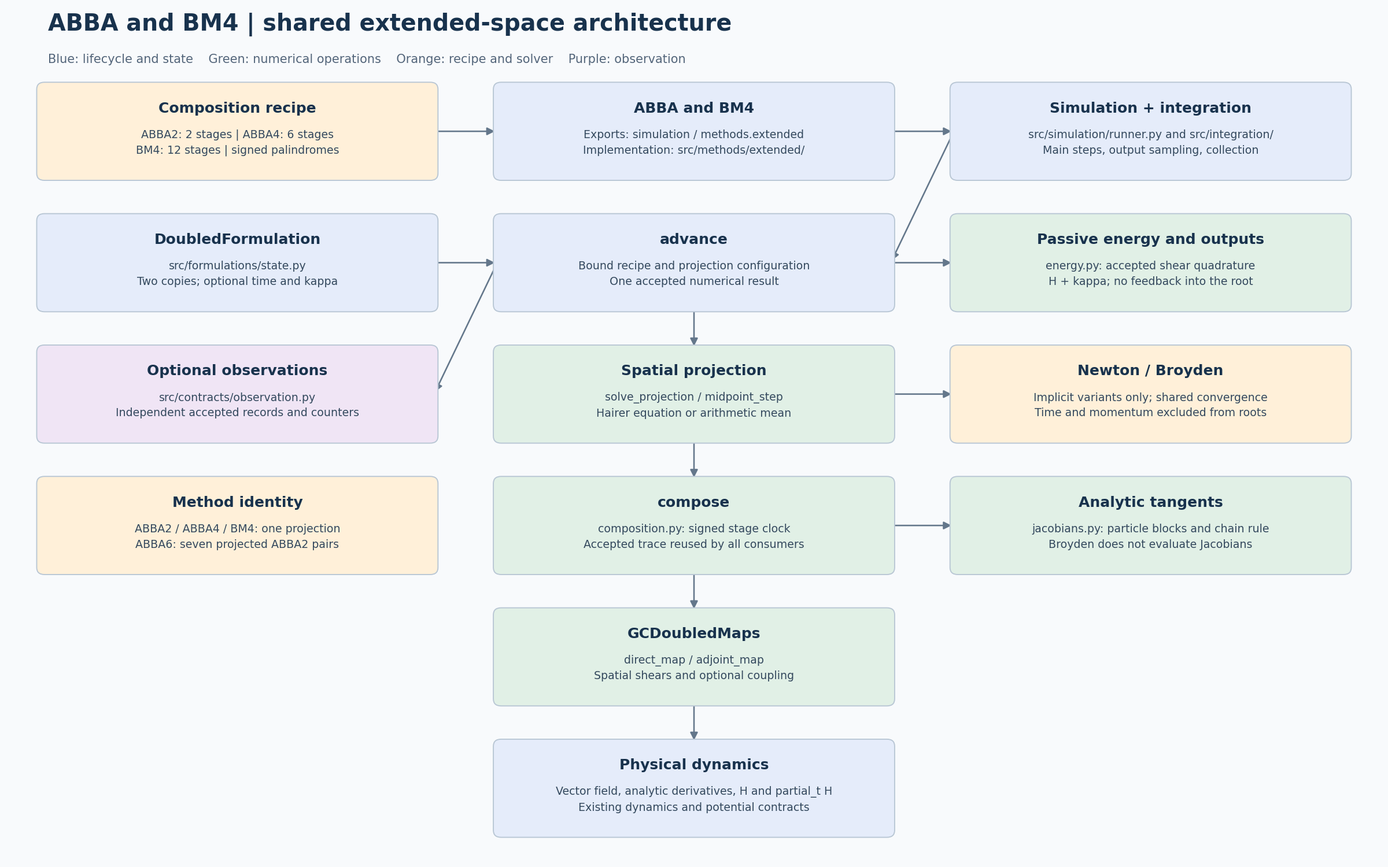
Above: docs/models/extended/simulation/extended-simulation-architecture.png in Jugibe-52/GC2D_intranet (PlantUML), before the change. Its source is kept beside it as docs/models/extended/simulation/extended-simulation-architecture.puml.
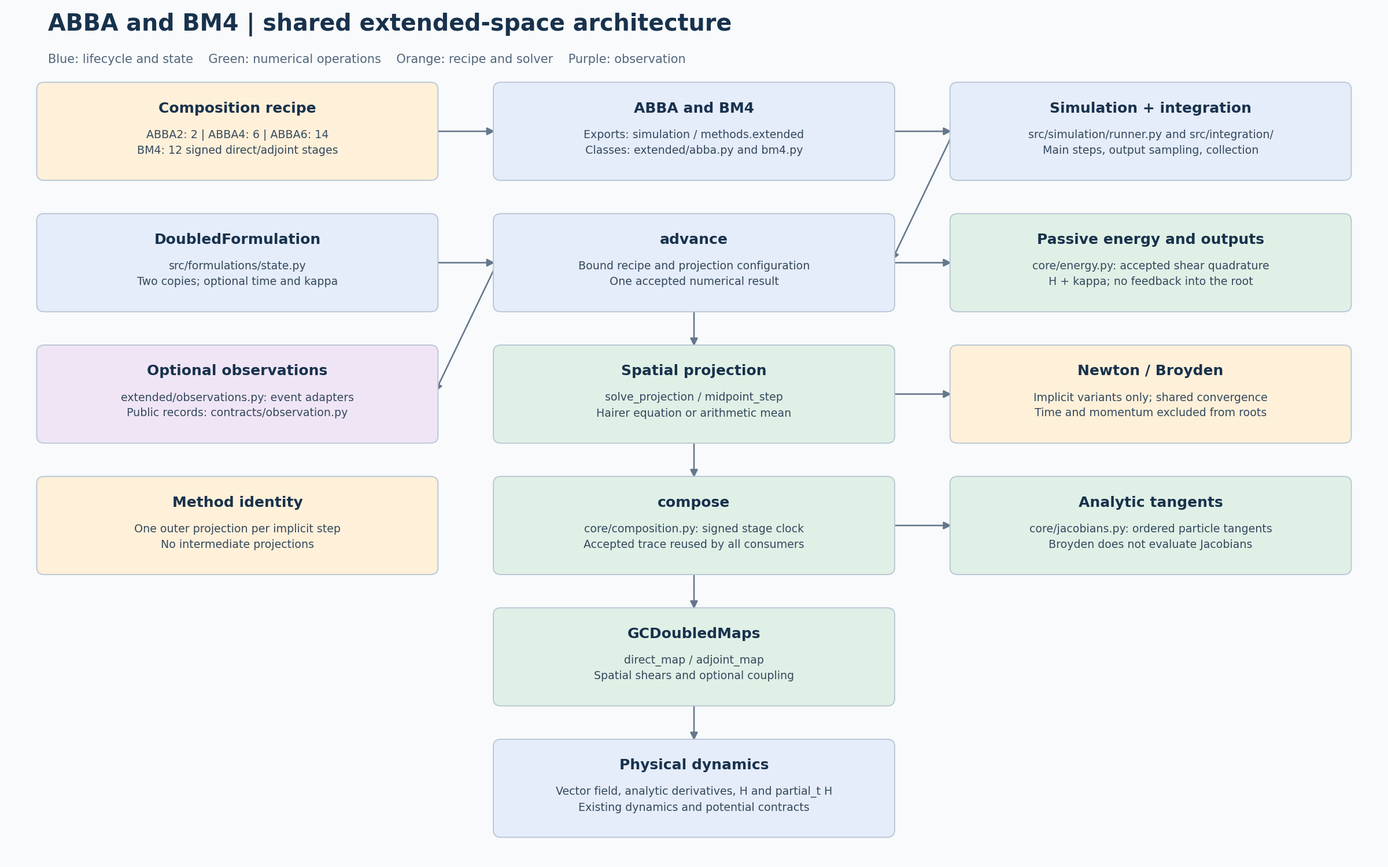
The same file after the commit.

What changed in the source:
```diff
@@ -2,18 +2,18 @@
 digraph architecture {
   graph [rankdir=TB, bgcolor="#f8fafc"];
   node [shape=box, style="rounded,filled", fontname="DejaVu Sans"];
-  recipe [label="Composition recipe\nABBA2: 2 stages | ABBA4: 6 stages\nBM4: 12 stages | signed palindromes", fillcolor="#fff0d9"];
-  method [label="ABBA and BM4\nExports: simulation / methods.extended\nImplementation: src/methods/extended/", fillcolor="#e5ecfa"];
+  recipe [label="Composition recipe\nABBA2: 2 | ABBA4: 6 | ABBA6: 14\nBM4: 12 signed direct/adjoint stages", fillcolor="#fff0d9"];
+  method [label="ABBA and BM4\nExports: simulation / methods.extended\nClasses: extended/abba.py and bm4.py", fillcolor="#e5ecfa"];
   driver [label="Simulation + integration\nsrc/simulation/runner.py and src/integration/\nMain steps, output sampling, collection", fillcolor="#e5ecfa"];
   state [label="DoubledFormulation\nsrc/formulations/state.py\nTwo copies; optional time and kappa", fillcolor="#e5ecfa"];
   advance [label="advance\nBound recipe and projection configuration\nOne accepted numerical result", fillcolor="#e5ecfa"];
-  energy [label="Passive energy and outputs\nenergy.py: accepted shear quadrature\nH + kappa; no feedback into the root", fillcolor="#e1f0e6"];
-  observe [label="Optional observations\nsrc/contracts/observation.py\nIndependent accepted records and counters", fillcolor="#f0e5f5"];
+  energy [label="Passive energy and outputs\ncore/energy.py: accepted shear quadrature\nH + kappa; no feedback into the root", fillcolor="#e1f0e6"];
+  observe [label="Optional observations\nextended/observations.py: event adapters\nPublic records: contracts/observation.py", fillcolor="#f0e5f5"];
   projection [label="Spatial projection\nsolve_projection / midpoint_step\nHairer equation or arithmetic mean", fillcolor="#e1f0e6"];
   solver [label="Newton / Broyden\nImplicit variants only; shared convergence\nTime and momentum excluded from roots", fillcolor="#fff0d9"];
-  placement [label="Method identity\nABBA2 / ABBA4 / BM4: one projection\nABBA6: seven projected ABBA2 pairs", fillcolor="#fff0d9"];
-  compose [label="compose\ncomposition.py: signed stage clock\nAccepted trace reused by all consumers", fillcolor="#e1f0e6"];
-  tangent [label="Analytic tangents\njacobians.py: particle blocks and chain rule\nBroyden does not evaluate Jacobians", fillcolor="#e1f0e6"];
+  placement [label="Method identity\nOne outer projection per implicit step\nNo intermediate projections", fillcolor="#fff0d9"];
+  compose [label="compose\ncore/composition.py: signed stage clock\nAccepted trace reused by all consumers", fillcolor="#e1f0e6"];
+  tangent [label="Analytic tangents\ncore/jacobians.py: ordered particle tangents\nBroyden does not evaluate Jacobians", fillcolor="#e1f0e6"];
   maps [label="GCDoubledMaps\ndirect_map / adjoint_map\nSpatial shears and optional coupling", fillcolor="#e1f0e6"];
   dynamics [label="Physical dynamics\nVector field, analytic derivatives, H and partial_t H\nExisting dynamics and potential contracts", fillcolor="#e5ecfa"];
   recipe -> method;
```
